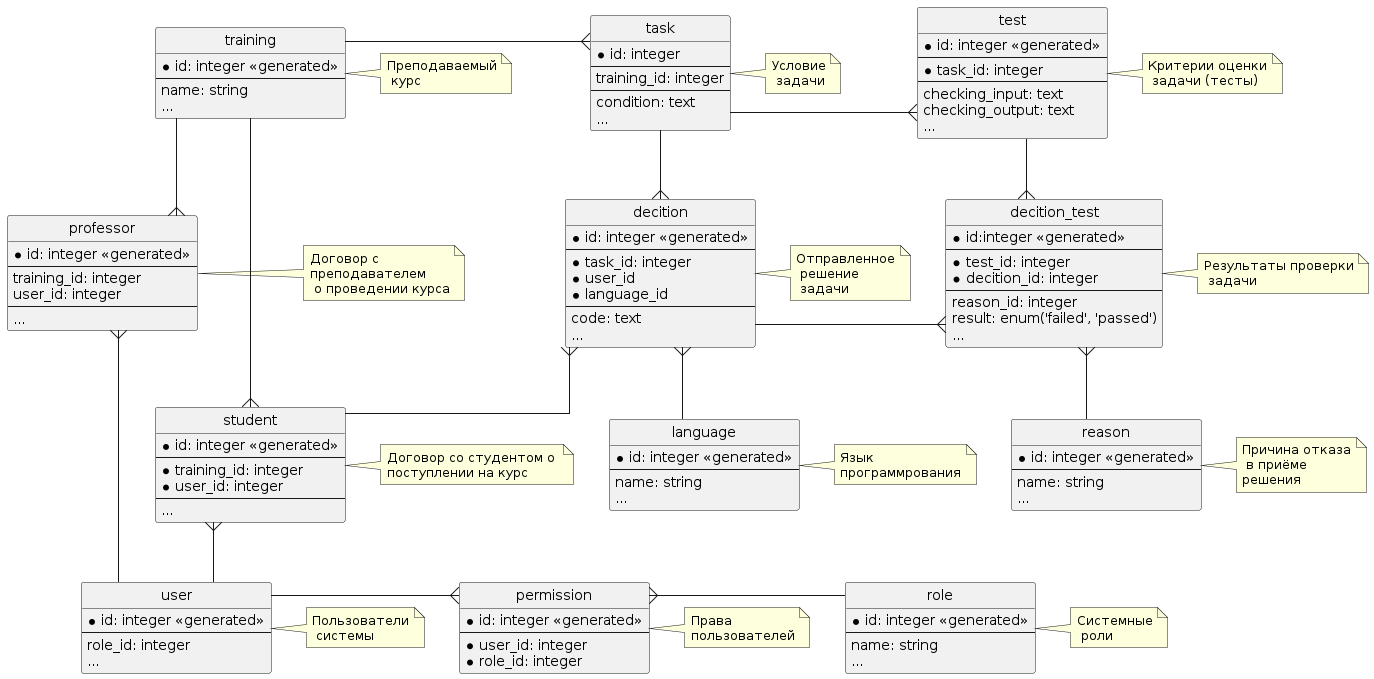
inutcin/codecontest keeps this PlantUML diagram as docs/dicisions/ADR-0002/wsd/ER.png. Above is the earlier version.
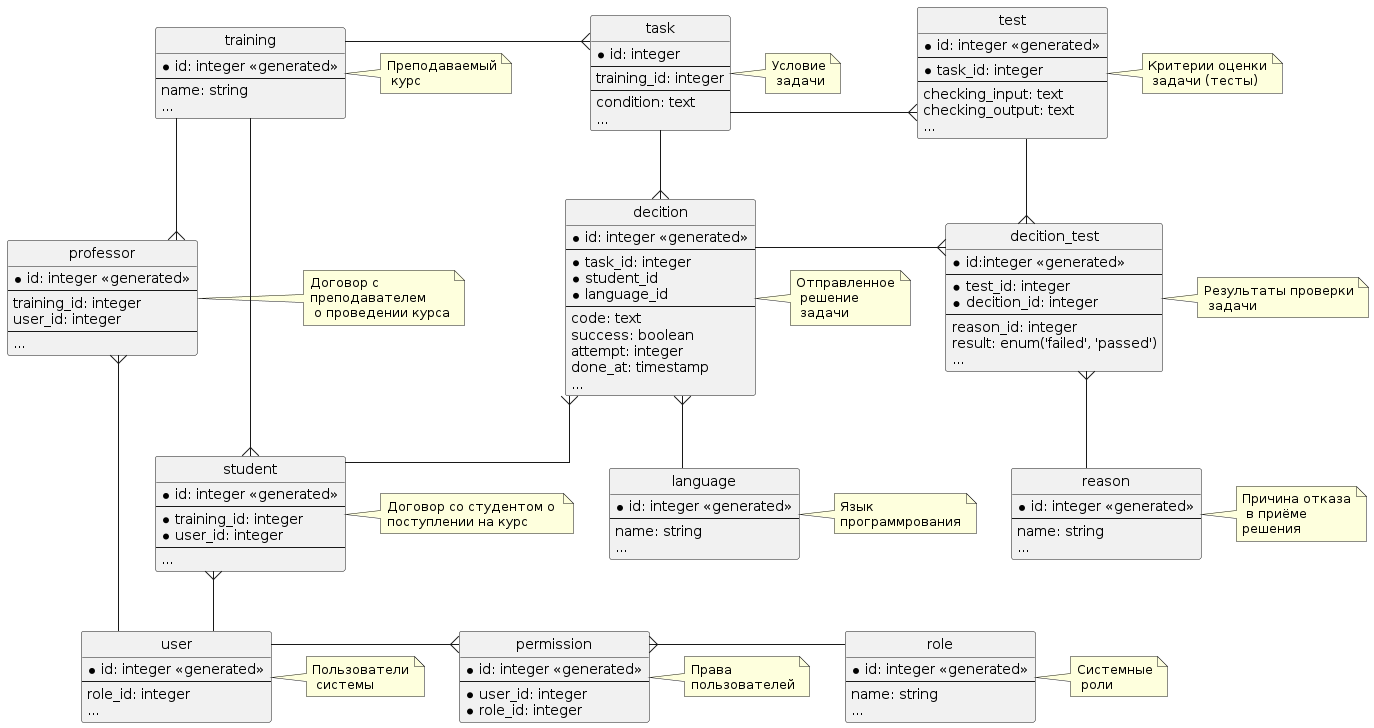
After the commit.

Change to the diagram source:
```diff
@@ -48,10 +48,13 @@
     *id: integer <<generated>>
     --
     *task_id: integer
-    *user_id
+    *student_id
     *language_id
     --
     code: text
+    success: boolean
+    attempt: integer
+    done_at: timestamp
     ...
 }
 
```
